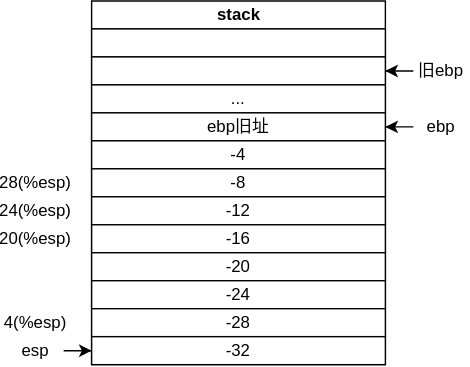
Stolorzs/Picgo keeps this draw.io diagram as drawio/x86callFunc.drawio.svg. Above is the earlier version. Source tidied: cells renumbered, new cells last; positions are measured from the earlier drawing's top-left corner, leaving out a move shared by most shapes.
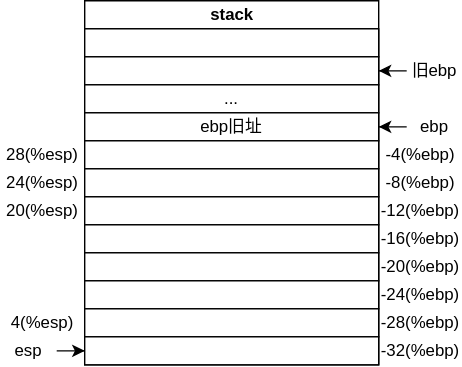
After the commit.

The edit, as a diff of the source:
```diff
@@ -17,28 +17,28 @@
     <mxCell id="6" value="ebp旧址" style="rounded=0;whiteSpace=wrap;html=1;" parent="2" vertex="1">
       <mxGeometry y="80" width="210" height="20" as="geometry" />
     </mxCell>
-    <mxCell id="7" value="-4" style="rounded=0;whiteSpace=wrap;html=1;" parent="2" vertex="1">
+    <mxCell id="7" style="rounded=0;whiteSpace=wrap;html=1;" parent="2" vertex="1">
       <mxGeometry y="100" width="210" height="20" as="geometry" />
     </mxCell>
-    <mxCell id="8" value="-8" style="rounded=0;whiteSpace=wrap;html=1;" parent="2" vertex="1">
+    <mxCell id="8" style="rounded=0;whiteSpace=wrap;html=1;" parent="2" vertex="1">
       <mxGeometry y="120" width="210" height="20" as="geometry" />
     </mxCell>
-    <mxCell id="9" value="-12" style="rounded=0;whiteSpace=wrap;html=1;" parent="2" vertex="1">
+    <mxCell id="9" style="rounded=0;whiteSpace=wrap;html=1;" parent="2" vertex="1">
       <mxGeometry y="140" width="210" height="20" as="geometry" />
     </mxCell>
-    <mxCell id="10" value="-16" style="rounded=0;whiteSpace=wrap;html=1;" parent="2" vertex="1">
+    <mxCell id="10" style="rounded=0;whiteSpace=wrap;html=1;" parent="2" vertex="1">
       <mxGeometry y="160" width="210" height="20" as="geometry" />
     </mxCell>
-    <mxCell id="11" value="-20" style="rounded=0;whiteSpace=wrap;html=1;" parent="2" vertex="1">
+    <mxCell id="11" style="rounded=0;whiteSpace=wrap;html=1;" parent="2" vertex="1">
       <mxGeometry y="180" width="210" height="20" as="geometry" />
     </mxCell>
-    <mxCell id="12" value="-24" style="rounded=0;whiteSpace=wrap;html=1;" parent="2" vertex="1">
+    <mxCell id="12" style="rounded=0;whiteSpace=wrap;html=1;" parent="2" vertex="1">
       <mxGeometry y="200" width="210" height="20" as="geometry" />
     </mxCell>
-    <mxCell id="13" value="-28" style="rounded=0;whiteSpace=wrap;html=1;" parent="2" vertex="1">
+    <mxCell id="13" style="rounded=0;whiteSpace=wrap;html=1;" parent="2" vertex="1">
       <mxGeometry y="220" width="210" height="20" as="geometry" />
     </mxCell>
-    <mxCell id="14" value="-32" style="rounded=0;whiteSpace=wrap;html=1;" parent="2" vertex="1">
+    <mxCell id="14" style="rounded=0;whiteSpace=wrap;html=1;" parent="2" vertex="1">
       <mxGeometry y="240" width="210" height="20" as="geometry" />
     </mxCell>
     <mxCell id="15" style="edgeStyle=orthogonalEdgeStyle;rounded=0;jettySize=auto;html=1;" parent="1" edge="1" source="16" target="14">
@@ -60,16 +60,40 @@
       <mxGeometry x="290" y="40" width="40" height="20" as="geometry" />
     </mxCell>
     <mxCell id="21" value="28(%esp)" style="text;html=1;align=center;verticalAlign=middle;whiteSpace=wrap;rounded=0;" parent="1" vertex="1">
-      <mxGeometry y="120" width="40" height="20" as="geometry" />
+      <mxGeometry x="10" y="100" width="40" height="20" as="geometry" />
     </mxCell>
     <mxCell id="22" value="24(%esp)" style="text;html=1;align=center;verticalAlign=middle;whiteSpace=wrap;rounded=0;" parent="1" vertex="1">
-      <mxGeometry y="140" width="40" height="20" as="geometry" />
+      <mxGeometry x="10" y="120" width="40" height="20" as="geometry" />
     </mxCell>
     <mxCell id="23" value="20(%esp)" style="text;html=1;align=center;verticalAlign=middle;whiteSpace=wrap;rounded=0;" parent="1" vertex="1">
-      <mxGeometry y="160" width="40" height="20" as="geometry" />
+      <mxGeometry x="10" y="140" width="40" height="20" as="geometry" />
     </mxCell>
     <mxCell id="24" value="4(%esp)" style="text;html=1;align=center;verticalAlign=middle;whiteSpace=wrap;rounded=0;" parent="1" vertex="1">
-      <mxGeometry y="220" width="40" height="20" as="geometry" />
+      <mxGeometry x="10" y="220" width="40" height="20" as="geometry" />
     </mxCell>
+    <mxCell id="25" value="-4(%ebp)" style="text;html=1;align=center;verticalAlign=middle;whiteSpace=wrap;rounded=0;" parent="1" vertex="1">
+      <mxGeometry x="280" y="100" width="40" height="20" as="geometry" />
+    </mxCell>
+    <mxCell id="26" value="-8(%ebp)" style="text;html=1;align=center;verticalAlign=middle;whiteSpace=wrap;rounded=0;" parent="1" vertex="1">
+      <mxGeometry x="280" y="120" width="40" height="20" as="geometry" />
+    </mxCell>
+    <mxCell id="27" value="-12(%ebp)" style="text;html=1;align=center;verticalAlign=middle;whiteSpace=wrap;rounded=0;" parent="1" vertex="1">
+      <mxGeometry x="280" y="140" width="40" height="20" as="geometry" />
+    </mxCell>
+    <mxCell id="28" value="-16(%ebp)" style="text;html=1;align=center;verticalAlign=middle;whiteSpace=wrap;rounded=0;" parent="1" vertex="1">
+      <mxGeometry x="280" y="160" width="40" height="20" as="geometry" />
+    </mxCell>
+    <mxCell id="29" value="-20(%ebp)" style="text;html=1;align=center;verticalAlign=middle;whiteSpace=wrap;rounded=0;" parent="1" vertex="1">
+      <mxGeometry x="280" y="180" width="40" height="20" as="geometry" />
+    </mxCell>
+    <mxCell id="30" value="-24(%ebp)" style="text;html=1;align=center;verticalAlign=middle;whiteSpace=wrap;rounded=0;" parent="1" vertex="1">
+      <mxGeometry x="280" y="200" width="40" height="20" as="geometry" />
+    </mxCell>
+    <mxCell id="31" value="-28(%ebp)" style="text;html=1;align=center;verticalAlign=middle;whiteSpace=wrap;rounded=0;" parent="1" vertex="1">
+      <mxGeometry x="280" y="220" width="40" height="20" as="geometry" />
+    </mxCell>
+    <mxCell id="32" value="-32(%ebp)" style="text;html=1;align=center;verticalAlign=middle;whiteSpace=wrap;rounded=0;" parent="1" vertex="1">
+      <mxGeometry x="280" y="240" width="40" height="20" as="geometry" />
+    </mxCell>
   </root>
 </mxGraphModel>
```
